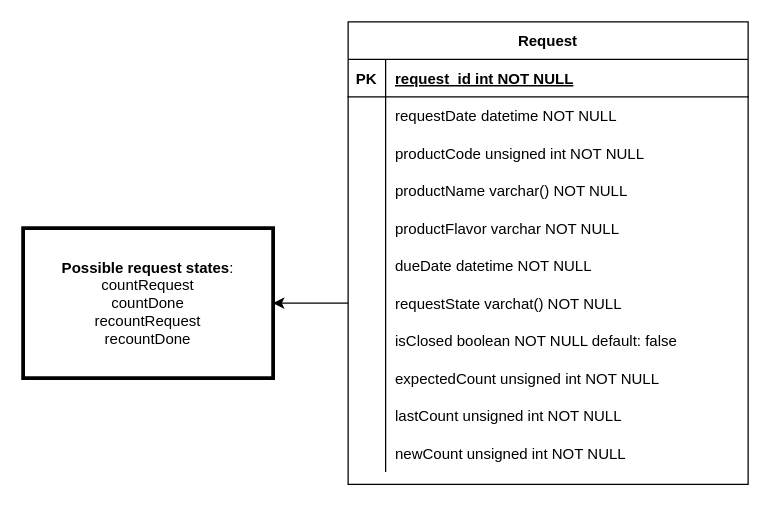
francescobilotta/Warehouse-request-product-counting keeps this draw.io diagram as doc/Warehouse product recounter ER diagram.drawio. Above is the earlier version. Source tidied: cells renumbered, new cells numbered last; positions are measured from the earlier drawing's top-left corner, leaving out a move shared by most shapes. Both pictures are drawn from the tidied source at 125%, with x=0, y=0 at pixel (22, 21).
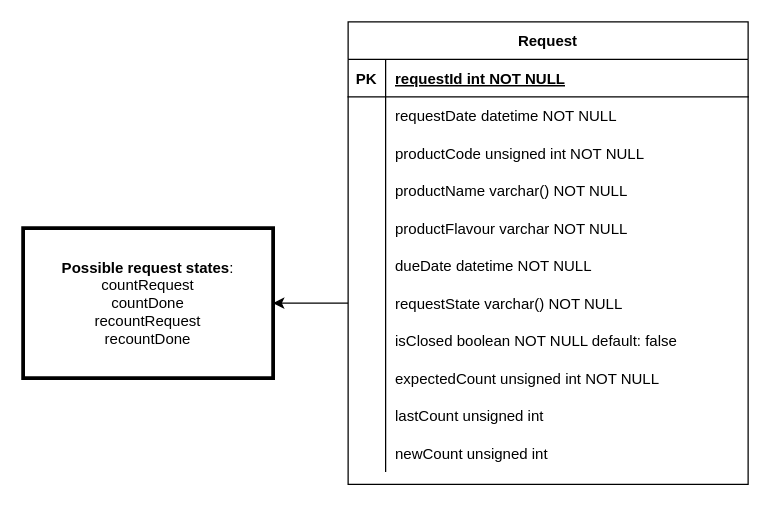
The same page after the edit.

Unchanged cells that the change refers to:
```xml
<mxCell id="3" style="shape=partialRectangle;fillColor=none;top=0;left=0;right=0;bottom=1;" parent="2" vertex="1">
  <mxGeometry y="30" width="320" height="30" as="geometry" />
</mxCell>
<mxCell id="15" style="shape=partialRectangle;fillColor=none;top=0;left=0;right=0;bottom=0;" parent="2" vertex="1">
  <mxGeometry y="150" width="320" height="30" as="geometry" />
</mxCell>
<mxCell id="21" style="shape=partialRectangle;fillColor=none;points=[[0,0.5],[1,0.5]];portConstraint=eastwest;top=0;left=0;right=0;bottom=0;" parent="2" vertex="1">
  <mxGeometry y="210" width="320" height="30" as="geometry" />
</mxCell>
<mxCell id="30" style="shape=partialRectangle;fillColor=none;top=0;left=0;right=0;bottom=0;" parent="2" vertex="1">
  <mxGeometry y="300" width="320" height="30" as="geometry" />
</mxCell>
<mxCell id="33" style="shape=partialRectangle;fillColor=none;top=0;left=0;right=0;bottom=0;" parent="2" vertex="1">
  <mxGeometry y="330" width="320" height="30" as="geometry" />
</mxCell>
```

Change to the diagram source:
```diff
@@
-    <mxCell id="5" value="request_id int NOT NULL " style="shape=partialRectangle;overflow=hidden;fillColor=none;top=0;left=0;bottom=0;right=0;align=left;spacingLeft=6;fontStyle=5;" parent="3" vertex="1">
+    <mxCell id="5" value="requestId int NOT NULL " style="shape=partialRectangle;overflow=hidden;fillColor=none;top=0;left=0;bottom=0;right=0;align=left;spacingLeft=6;fontStyle=5;" parent="3" vertex="1">
       <mxGeometry x="30" width="290" height="30" as="geometry" />
     </mxCell>
@@
-    <mxCell id="17" value="productFlavor varchar NOT NULL" style="shape=partialRectangle;overflow=hidden;fillColor=none;top=0;left=0;bottom=0;right=0;align=left;spacingLeft=6;" parent="15" vertex="1">
+    <mxCell id="17" value="productFlavour varchar NOT NULL" style="shape=partialRectangle;overflow=hidden;fillColor=none;top=0;left=0;bottom=0;right=0;align=left;spacingLeft=6;" parent="15" vertex="1">
       <mxGeometry x="30" width="290" height="30" as="geometry" />
     </mxCell>
@@
-    <mxCell id="23" value="requestState varchat() NOT NULL" style="shape=partialRectangle;overflow=hidden;fillColor=none;top=0;left=0;bottom=0;right=0;align=left;spacingLeft=6;" parent="21" vertex="1">
+    <mxCell id="23" value="requestState varchar() NOT NULL" style="shape=partialRectangle;overflow=hidden;fillColor=none;top=0;left=0;bottom=0;right=0;align=left;spacingLeft=6;" parent="21" vertex="1">
       <mxGeometry x="30" width="290" height="30" as="geometry" />
     </mxCell>
@@
-    <mxCell id="32" value="lastCount unsigned int NOT NULL" style="shape=partialRectangle;overflow=hidden;fillColor=none;top=0;left=0;bottom=0;right=0;align=left;spacingLeft=6;" parent="30" vertex="1">
+    <mxCell id="32" value="lastCount unsigned int" style="shape=partialRectangle;overflow=hidden;fillColor=none;top=0;left=0;bottom=0;right=0;align=left;spacingLeft=6;" parent="30" vertex="1">
       <mxGeometry x="30" width="290" height="30" as="geometry" />
     </mxCell>
@@
-    <mxCell id="35" value="newCount unsigned int NOT NULL" style="shape=partialRectangle;overflow=hidden;fillColor=none;top=0;left=0;bottom=0;right=0;align=left;spacingLeft=6;" parent="33" vertex="1">
+    <mxCell id="35" value="newCount unsigned int" style="shape=partialRectangle;overflow=hidden;fillColor=none;top=0;left=0;bottom=0;right=0;align=left;spacingLeft=6;" parent="33" vertex="1">
       <mxGeometry x="30" width="290" height="30" as="geometry" />
     </mxCell>
```
